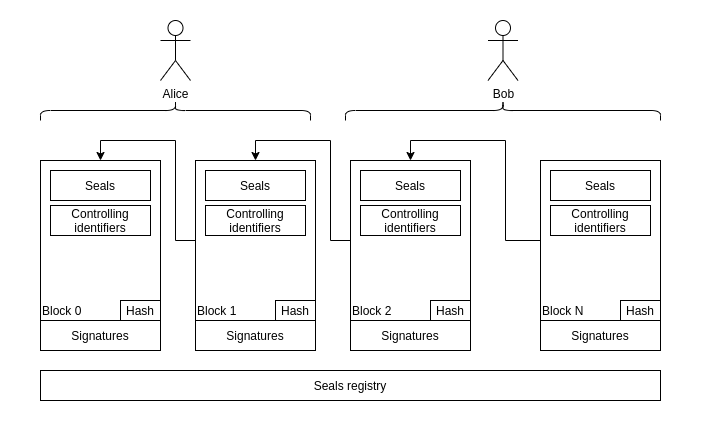
This is assets/ownership-transferability.png from the-human-colossus-foundation/microledger-spec, a draw.io export, as it was before one commit. Source tidied: cells renumbered, new cells last; positions are measured from the earlier drawing's top-left corner, leaving out a move shared by most shapes.
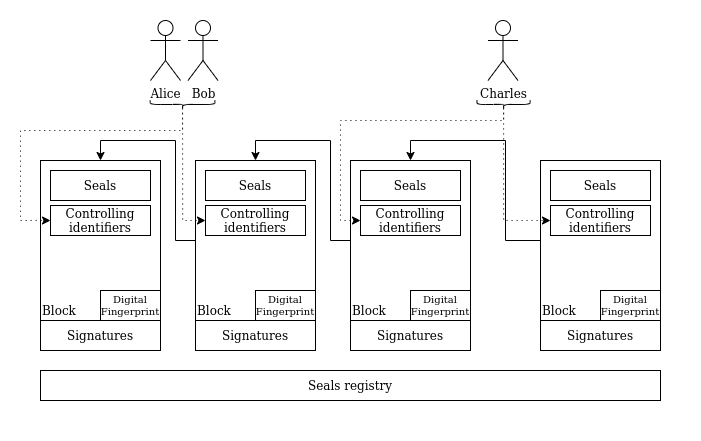
Above is the later version.

Commit message:
Extend ownership section

Diff of the diagram source:
```diff
@@ -5,7 +5,7 @@
     <mxCell id="2" style="rounded=0;whiteSpace=wrap;html=1;strokeColor=none;" parent="1" vertex="1">
       <mxGeometry y="48" width="700" height="440" as="geometry" />
     </mxCell>
-    <mxCell id="3" value="Block 0" style="rounded=0;whiteSpace=wrap;html=1;align=left;verticalAlign=bottom;" parent="1" vertex="1">
+    <mxCell id="3" value="Block" style="rounded=0;whiteSpace=wrap;html=1;align=left;verticalAlign=bottom;" parent="1" vertex="1">
       <mxGeometry x="40" y="208" width="120" height="160" as="geometry" />
     </mxCell>
     <mxCell id="4" value="Seals" style="rounded=0;whiteSpace=wrap;html=1;" parent="1" vertex="1">
@@ -17,7 +17,7 @@
     <mxCell id="6" style="edgeStyle=orthogonalEdgeStyle;rounded=0;jettySize=auto;html=1;entryX=0.5;entryY=0;entryDx=0;entryDy=0;" parent="1" edge="1" source="7" target="3">
       <mxGeometry relative="1" as="geometry" />
     </mxCell>
-    <mxCell id="7" value="Block 1" style="rounded=0;whiteSpace=wrap;html=1;align=left;verticalAlign=bottom;" parent="1" vertex="1">
+    <mxCell id="7" value="Block" style="rounded=0;whiteSpace=wrap;html=1;align=left;verticalAlign=bottom;" parent="1" vertex="1">
       <mxGeometry x="195" y="208" width="120" height="160" as="geometry" />
     </mxCell>
     <mxCell id="8" value="Seals" style="rounded=0;whiteSpace=wrap;html=1;" parent="1" vertex="1">
@@ -35,7 +35,7 @@
     <mxCell id="12" style="edgeStyle=orthogonalEdgeStyle;rounded=0;jettySize=auto;html=1;entryX=0.5;entryY=0;entryDx=0;entryDy=0;" parent="1" edge="1" source="13" target="7">
       <mxGeometry relative="1" as="geometry" />
     </mxCell>
-    <mxCell id="13" value="Block 2" style="rounded=0;whiteSpace=wrap;html=1;align=left;verticalAlign=bottom;" parent="1" vertex="1">
+    <mxCell id="13" value="Block" style="rounded=0;whiteSpace=wrap;html=1;align=left;verticalAlign=bottom;" parent="1" vertex="1">
       <mxGeometry x="350" y="208" width="120" height="160" as="geometry" />
     </mxCell>
     <mxCell id="14" value="Seals" style="rounded=0;whiteSpace=wrap;html=1;" parent="1" vertex="1">
@@ -50,7 +50,7 @@
     <mxCell id="17" style="edgeStyle=orthogonalEdgeStyle;rounded=0;jettySize=auto;html=1;entryX=0.5;entryY=0;entryDx=0;entryDy=0;" parent="1" edge="1" source="18" target="13">
       <mxGeometry relative="1" as="geometry" />
     </mxCell>
-    <mxCell id="18" value="Block N" style="rounded=0;whiteSpace=wrap;html=1;align=left;verticalAlign=bottom;" parent="1" vertex="1">
+    <mxCell id="18" value="Block" style="rounded=0;whiteSpace=wrap;html=1;align=left;verticalAlign=bottom;" parent="1" vertex="1">
       <mxGeometry x="540" y="208" width="120" height="160" as="geometry" />
     </mxCell>
     <mxCell id="19" value="Seals" style="rounded=0;whiteSpace=wrap;html=1;" parent="1" vertex="1">
@@ -78,16 +78,65 @@
       <mxGeometry x="40" y="418" width="620" height="30" as="geometry" />
     </mxCell>
     <mxCell id="27" value="Alice" style="shape=umlActor;verticalLabelPosition=bottom;verticalAlign=top;html=1;" parent="1" vertex="1">
-      <mxGeometry x="160" y="68" width="30" height="60" as="geometry" />
+      <mxGeometry x="150" y="68" width="30" height="60" as="geometry" />
     </mxCell>
     <mxCell id="28" value="Bob" style="shape=umlActor;verticalLabelPosition=bottom;verticalAlign=top;html=1;" parent="1" vertex="1">
-      <mxGeometry x="487.5" y="68" width="30" height="60" as="geometry" />
+      <mxGeometry x="187.5" y="68" width="30" height="60" as="geometry" />
     </mxCell>
+    <mxCell id="31" style="edgeStyle=orthogonalEdgeStyle;rounded=0;jettySize=auto;html=1;entryX=0;entryY=0.5;entryDx=0;entryDy=0;exitX=0.1;exitY=0.5;exitDx=0;exitDy=0;exitPerimeter=0;dashed=1;dashPattern=1 4;" parent="1" edge="1" source="29" target="5">
+      <mxGeometry relative="1" as="geometry">
+        <Array as="points">
+          <mxPoint x="182" y="178" />
+          <mxPoint x="20" y="178" />
+          <mxPoint x="20" y="268" />
+        </Array>
+      </mxGeometry>
+    </mxCell>
+    <mxCell id="32" style="edgeStyle=orthogonalEdgeStyle;rounded=0;jettySize=auto;html=1;entryX=0;entryY=0.5;entryDx=0;entryDy=0;dashed=1;dashPattern=1 4;" parent="1" edge="1" source="29" target="9">
+      <mxGeometry relative="1" as="geometry" />
+    </mxCell>
-    <mxCell id="29" style="shape=curlyBracket;whiteSpace=wrap;html=1;rounded=1;flipH=1;rotation=-90;" parent="1" vertex="1">
-      <mxGeometry x="165" y="23" width="20" height="270" as="geometry" />
+    <mxCell id="29" style="shape=curlyBracket;whiteSpace=wrap;html=1;rounded=1;flipH=1;rotation=90;" parent="1" vertex="1">
+      <mxGeometry x="178.1" y="119.6" width="8" height="64.7" as="geometry" />
     </mxCell>
-    <mxCell id="30" style="shape=curlyBracket;whiteSpace=wrap;html=1;rounded=1;flipH=1;rotation=-90;" parent="1" vertex="1">
-      <mxGeometry x="492.5" y="0.5" width="20" height="315" as="geometry" />
-    </mxCell>
+    <mxCell id="33" value="Charles" style="shape=umlActor;verticalLabelPosition=bottom;verticalAlign=top;html=1;" parent="1" vertex="1">
+      <mxGeometry x="487.5" y="68" width="30" height="60" as="geometry" />
+    </mxCell>
+    <mxCell id="34" style="edgeStyle=orthogonalEdgeStyle;rounded=0;jettySize=auto;html=1;entryX=0;entryY=0.5;entryDx=0;entryDy=0;dashed=1;dashPattern=1 4;" parent="1" edge="1" source="36" target="20">
+      <mxGeometry relative="1" as="geometry">
+        <Array as="points">
+          <mxPoint x="503" y="268" />
+        </Array>
+      </mxGeometry>
+    </mxCell>
+    <mxCell id="35" style="edgeStyle=orthogonalEdgeStyle;rounded=0;jettySize=auto;html=1;entryX=0;entryY=0.5;entryDx=0;entryDy=0;dashed=1;dashPattern=1 4;exitX=0.1;exitY=0.5;exitDx=0;exitDy=0;exitPerimeter=0;" parent="1" edge="1" source="36" target="15">
+      <mxGeometry relative="1" as="geometry">
+        <Array as="points">
+          <mxPoint x="503" y="168" />
+          <mxPoint x="340" y="168" />
+          <mxPoint x="340" y="268" />
+        </Array>
+      </mxGeometry>
+    </mxCell>
+    <mxCell id="36" style="shape=curlyBracket;whiteSpace=wrap;html=1;rounded=1;flipH=1;rotation=90;" parent="1" vertex="1">
+      <mxGeometry x="499.1" y="125.4" width="8" height="53.2" as="geometry" />
+    </mxCell>
+    <mxCell id="37" value="Hash" style="rounded=0;whiteSpace=wrap;html=1;align=center;verticalAlign=middle;" parent="1" vertex="1">
+      <mxGeometry x="620" y="348" width="40" height="20" as="geometry" />
+    </mxCell>
+    <mxCell id="38" value="Digital Fingerprint" style="rounded=0;whiteSpace=wrap;html=1;align=center;verticalAlign=middle;fontSize=10;" parent="1" vertex="1">
+      <mxGeometry x="600" y="338" width="60" height="30" as="geometry" />
+    </mxCell>
+    <mxCell id="39" value="Digital Fingerprint" style="rounded=0;whiteSpace=wrap;html=1;align=center;verticalAlign=middle;fontSize=10;" parent="1" vertex="1">
+      <mxGeometry x="410" y="338" width="60" height="30" as="geometry" />
+    </mxCell>
+    <mxCell id="40" value="Digital Fingerprint" style="rounded=0;whiteSpace=wrap;html=1;align=center;verticalAlign=middle;fontSize=10;" parent="1" vertex="1">
+      <mxGeometry x="255" y="338" width="60" height="30" as="geometry" />
+    </mxCell>
+    <mxCell id="41" value="Hash" style="rounded=0;whiteSpace=wrap;html=1;align=center;verticalAlign=middle;" parent="1" vertex="1">
+      <mxGeometry x="120" y="348" width="40" height="20" as="geometry" />
+    </mxCell>
+    <mxCell id="42" value="Digital Fingerprint" style="rounded=0;whiteSpace=wrap;html=1;align=center;verticalAlign=middle;fontSize=10;" parent="1" vertex="1">
+      <mxGeometry x="100" y="338" width="60" height="30" as="geometry" />
+    </mxCell>
   </root>
 </mxGraphModel>
```
